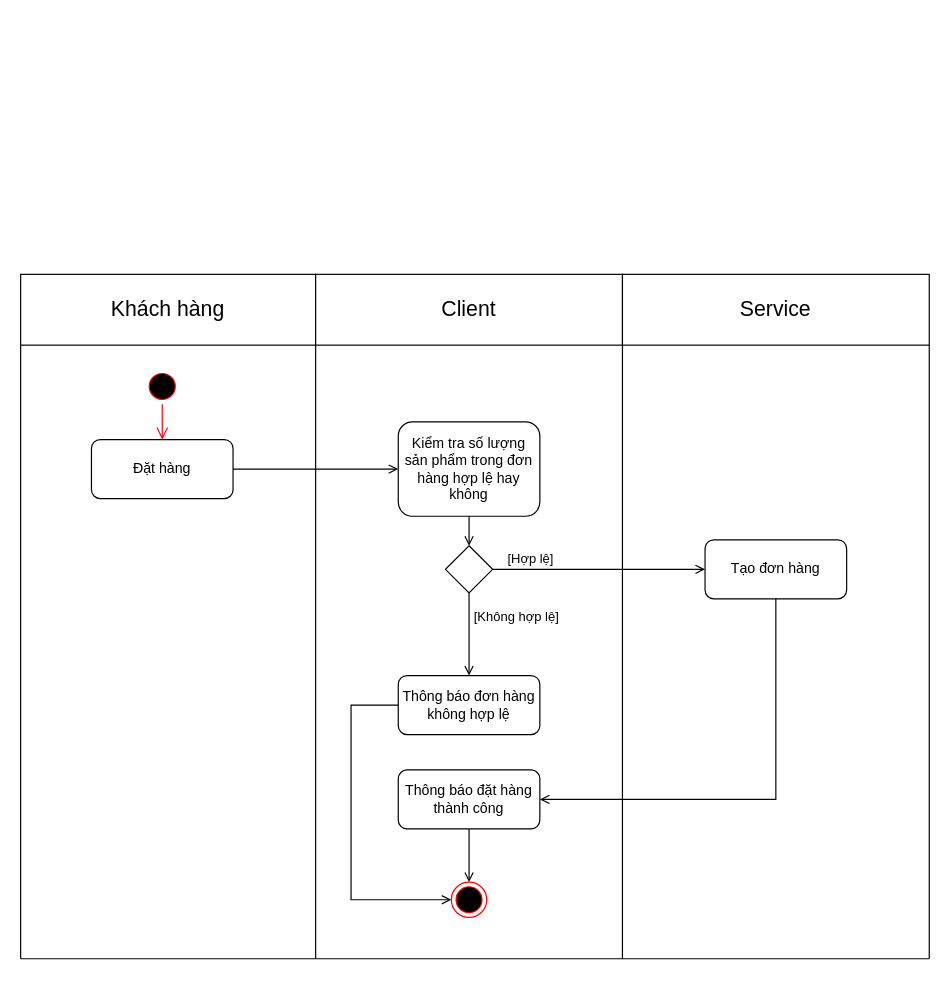
Before: page "Activity Diagram (Đặt hàng)" (4 of 12) of document/diagram/PBL03.drawio in BlenDMinh/PBL03, a draw.io diagram. Source tidied: cells renumbered, new cells numbered last; positions are measured from the earlier drawing's top-left corner, leaving out a move shared by most shapes. Both pictures are drawn from the tidied source at 118%, with x=0, y=0 at pixel (20, 274).
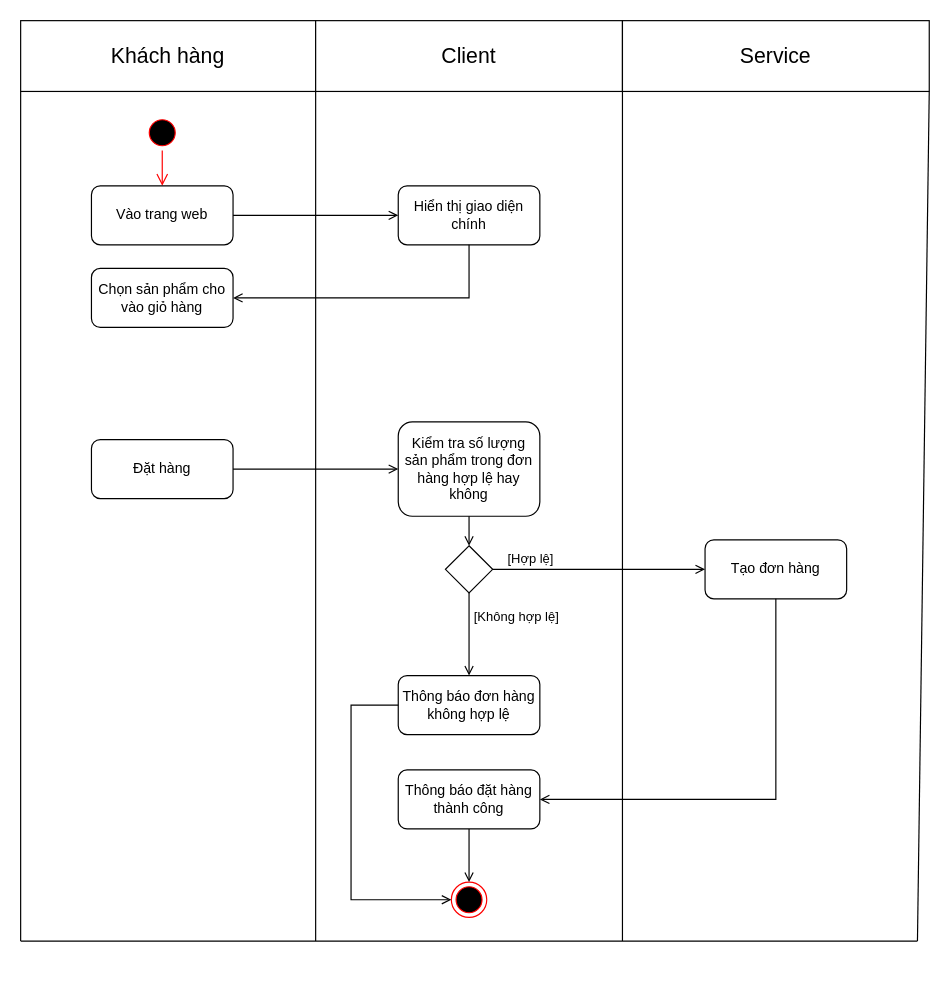
Above is the later version.

Unchanged cells that the change refers to:
```xml
<mxCell id="4" value="Đặt hàng" style="rounded=1;whiteSpace=wrap;html=1;" parent="1" vertex="1">
  <mxGeometry x="60" y="140" width="120" height="50" as="geometry" />
</mxCell>
```

What changed in the source:
```diff
@@
     <mxCell id="2" style="ellipse;html=1;shape=startState;fillColor=#000000;strokeColor=#ff0000;" parent="1" vertex="1">
-      <mxGeometry x="105" y="80" width="30" height="30" as="geometry" />
+      <mxGeometry x="105" y="-135" width="30" height="30" as="geometry" />
     </mxCell>
-    <mxCell id="3" style="edgeStyle=orthogonalEdgeStyle;html=1;verticalAlign=bottom;endArrow=open;endSize=8;strokeColor=#ff0000;rounded=0;entryX=0.5;entryY=0;entryDx=0;entryDy=0;" parent="1" edge="1" source="2" target="4">
+    <mxCell id="3" style="edgeStyle=orthogonalEdgeStyle;html=1;verticalAlign=bottom;endArrow=open;endSize=8;strokeColor=#ff0000;rounded=0;entryX=0.5;entryY=0;entryDx=0;entryDy=0;" parent="1" edge="1" source="2" target="27">
       <mxGeometry relative="1" as="geometry" />
     </mxCell>
@@
     <mxCell id="5" value="&lt;font style=&quot;font-size: 18px;&quot;&gt;Khách hàng&lt;/font&gt;" style="rounded=0;whiteSpace=wrap;html=1;" parent="1" vertex="1">
-      <mxGeometry width="250" height="60" as="geometry" />
+      <mxGeometry y="-215" width="250" height="60" as="geometry" />
     </mxCell>
     <mxCell id="6" value="&lt;font style=&quot;font-size: 18px;&quot;&gt;Client&lt;/font&gt;" style="rounded=0;whiteSpace=wrap;html=1;" parent="1" vertex="1">
-      <mxGeometry x="250" width="260" height="60" as="geometry" />
+      <mxGeometry x="250" y="-215" width="260" height="60" as="geometry" />
     </mxCell>
     <mxCell id="7" value="&lt;font style=&quot;font-size: 18px;&quot;&gt;Service&lt;/font&gt;" style="rounded=0;whiteSpace=wrap;html=1;" parent="1" vertex="1">
-      <mxGeometry x="510" width="260" height="60" as="geometry" />
+      <mxGeometry x="510" y="-215" width="260" height="60" as="geometry" />
     </mxCell>
@@
     <mxCell id="12" style="endArrow=none;html=1;rounded=0;entryX=0;entryY=1;entryDx=0;entryDy=0;" parent="1" edge="1" target="5">
       <mxGeometry relative="1" as="geometry">
-        <mxPoint y="580" as="sourcePoint" />
+        <mxPoint y="565" as="sourcePoint" />
       </mxGeometry>
     </mxCell>
     <mxCell id="13" style="endArrow=none;html=1;rounded=0;entryX=1;entryY=1;entryDx=0;entryDy=0;" parent="1" edge="1" target="5">
       <mxGeometry relative="1" as="geometry">
-        <mxPoint x="250" y="580" as="sourcePoint" />
+        <mxPoint x="250" y="565" as="sourcePoint" />
       </mxGeometry>
     </mxCell>
     <mxCell id="14" style="endArrow=none;html=1;rounded=0;entryX=1;entryY=1;entryDx=0;entryDy=0;" parent="1" edge="1" target="6">
       <mxGeometry relative="1" as="geometry">
-        <mxPoint x="510" y="580" as="sourcePoint" />
+        <mxPoint x="510" y="565" as="sourcePoint" />
       </mxGeometry>
     </mxCell>
     <mxCell id="15" style="endArrow=none;html=1;rounded=0;entryX=1;entryY=1;entryDx=0;entryDy=0;" parent="1" edge="1" target="7">
       <mxGeometry relative="1" as="geometry">
-        <mxPoint x="770" y="580" as="sourcePoint" />
+        <mxPoint x="760" y="565" as="sourcePoint" />
       </mxGeometry>
     </mxCell>
     <mxCell id="16" style="endArrow=none;html=1;rounded=0;" parent="1" edge="1">
       <mxGeometry relative="1" as="geometry">
-        <mxPoint y="580" as="sourcePoint" />
-        <mxPoint x="770" y="580" as="targetPoint" />
+        <mxPoint y="565" as="sourcePoint" />
+        <mxPoint x="760" y="565" as="targetPoint" />
       </mxGeometry>
     </mxCell>
@@
+    <mxCell id="27" value="Vào trang web" style="rounded=1;whiteSpace=wrap;html=1;" parent="1" vertex="1">
+      <mxGeometry x="60" y="-75" width="120" height="50" as="geometry" />
+    </mxCell>
+    <mxCell id="28" value="Hiển thị giao diện chính" style="rounded=1;whiteSpace=wrap;html=1;" parent="1" vertex="1">
+      <mxGeometry x="320" y="-75" width="120" height="50" as="geometry" />
+    </mxCell>
+    <mxCell id="29" style="endArrow=open;html=1;rounded=0;exitX=1;exitY=0.5;exitDx=0;exitDy=0;entryX=0;entryY=0.5;entryDx=0;entryDy=0;endFill=0;" parent="1" edge="1" source="27" target="28">
+      <mxGeometry relative="1" as="geometry" />
+    </mxCell>
+    <mxCell id="30" style="endArrow=open;html=1;rounded=0;exitX=0.5;exitY=1;exitDx=0;exitDy=0;endFill=0;entryX=1;entryY=0.5;entryDx=0;entryDy=0;edgeStyle=orthogonalEdgeStyle;" parent="1" edge="1" source="28" target="31">
+      <mxGeometry relative="1" as="geometry" />
+    </mxCell>
+    <mxCell id="31" value="Chọn sản phẩm cho vào giỏ hàng" style="rounded=1;whiteSpace=wrap;html=1;" parent="1" vertex="1">
+      <mxGeometry x="60" y="-5" width="120" height="50" as="geometry" />
+    </mxCell>
```
